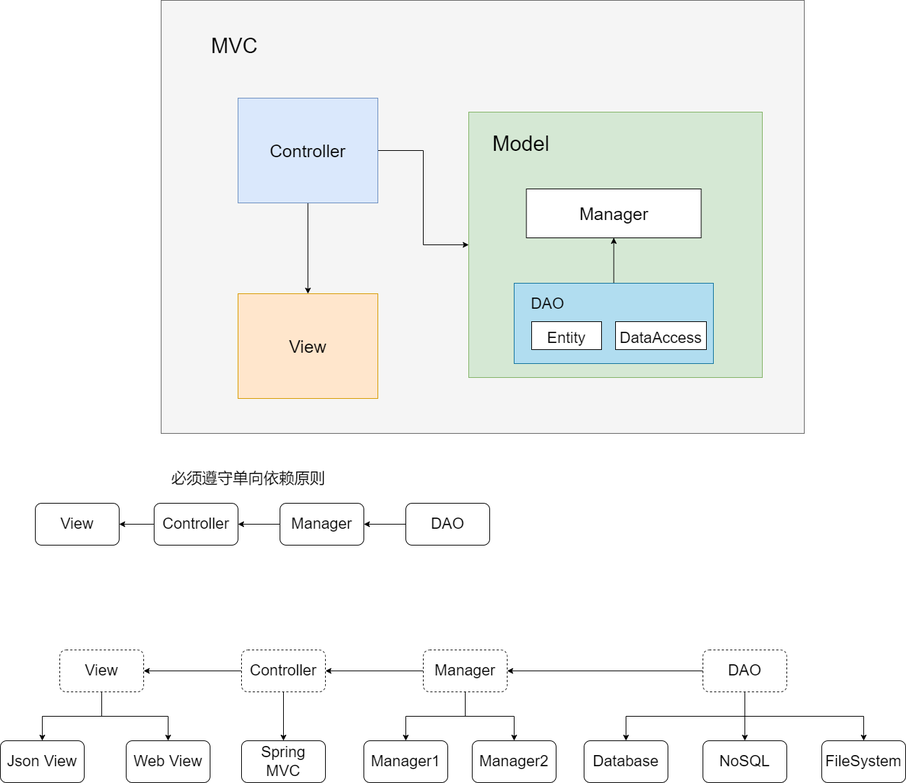
Earlier version of the draw.io export lingxi-taurus/lingxi-taurus-architecture-1,0.0.png (GitHeP/diagrams). Source tidied: cells renumbered, new cells last; positions are measured from the earlier drawing's top-left corner, leaving out a move shared by most shapes.
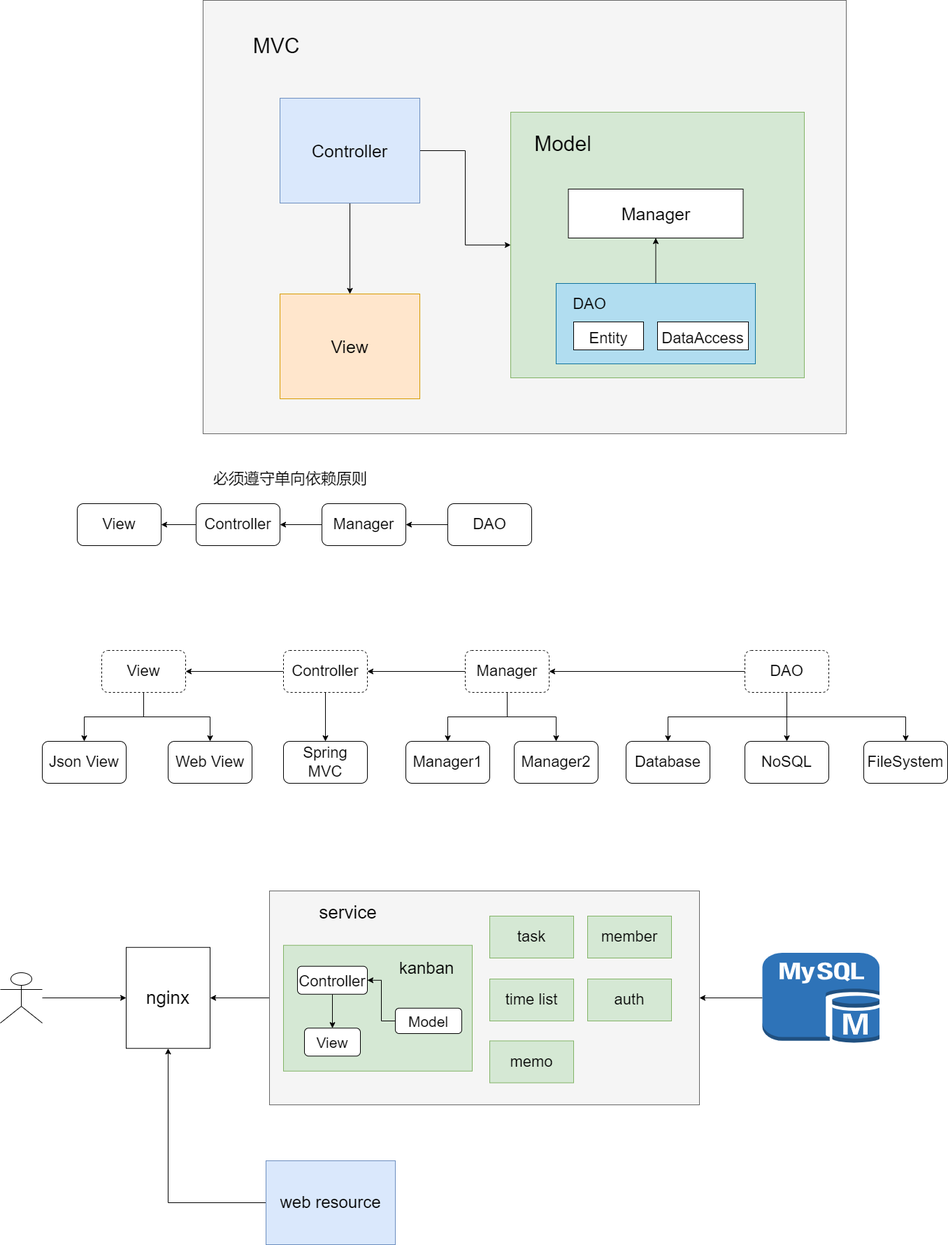
After the change.

What changed in the source:
```diff
@@ -137,5 +137,81 @@
     <mxCell id="46" value="Spring MVC" style="rounded=1;whiteSpace=wrap;html=1;fontSize=22;" parent="1" vertex="1">
       <mxGeometry x="345" y="1060" width="120" height="60" as="geometry" />
     </mxCell>
+    <mxCell id="47" style="edgeStyle=orthogonalEdgeStyle;rounded=0;jettySize=auto;html=1;entryX=1;entryY=0.5;entryDx=0;entryDy=0;fontSize=26;" parent="1" edge="1" source="48" target="58">
+      <mxGeometry relative="1" as="geometry" />
+    </mxCell>
+    <mxCell id="48" style="rounded=0;whiteSpace=wrap;html=1;fontSize=22;fillColor=#f5f5f5;fontColor=#333333;strokeColor=#666666;" parent="1" vertex="1">
+      <mxGeometry x="325" y="1274" width="615" height="306" as="geometry" />
+    </mxCell>
+    <mxCell id="49" style="rounded=0;whiteSpace=wrap;html=1;fontSize=22;fillColor=#d5e8d4;strokeColor=#82b366;" parent="1" vertex="1">
+      <mxGeometry x="345" y="1351.8" width="270" height="180" as="geometry" />
+    </mxCell>
+    <mxCell id="50" value="task" style="rounded=0;whiteSpace=wrap;html=1;fontSize=22;fillColor=#d5e8d4;strokeColor=#82b366;" parent="1" vertex="1">
+      <mxGeometry x="640" y="1310" width="120" height="60" as="geometry" />
+    </mxCell>
+    <mxCell id="51" value="time list" style="rounded=0;whiteSpace=wrap;html=1;fontSize=22;fillColor=#d5e8d4;strokeColor=#82b366;" parent="1" vertex="1">
+      <mxGeometry x="640" y="1400" width="120" height="60" as="geometry" />
+    </mxCell>
+    <mxCell id="52" value="memo" style="rounded=0;whiteSpace=wrap;html=1;fontSize=22;fillColor=#d5e8d4;strokeColor=#82b366;" parent="1" vertex="1">
+      <mxGeometry x="640" y="1488.5" width="120" height="60" as="geometry" />
+    </mxCell>
+    <mxCell id="53" value="member" style="rounded=0;whiteSpace=wrap;html=1;fontSize=22;fillColor=#d5e8d4;strokeColor=#82b366;" parent="1" vertex="1">
+      <mxGeometry x="780" y="1310" width="120" height="60" as="geometry" />
+    </mxCell>
+    <mxCell id="54" value="auth" style="rounded=0;whiteSpace=wrap;html=1;fontSize=22;fillColor=#d5e8d4;strokeColor=#82b366;" parent="1" vertex="1">
+      <mxGeometry x="780" y="1400" width="120" height="60" as="geometry" />
+    </mxCell>
+    <mxCell id="55" value="&lt;font style=&quot;font-size: 26px;&quot;&gt;service&lt;/font&gt;" style="text;html=1;strokeColor=none;fillColor=none;align=center;verticalAlign=middle;whiteSpace=wrap;rounded=0;fontSize=22;" parent="1" vertex="1">
+      <mxGeometry x="335" y="1280" width="205" height="50" as="geometry" />
+    </mxCell>
+    <mxCell id="56" style="edgeStyle=orthogonalEdgeStyle;rounded=0;jettySize=auto;html=1;entryX=1;entryY=0.5;entryDx=0;entryDy=0;fontSize=26;" parent="1" edge="1" source="57" target="48">
+      <mxGeometry relative="1" as="geometry" />
+    </mxCell>
+    <mxCell id="57" style="outlineConnect=0;dashed=0;verticalLabelPosition=bottom;verticalAlign=top;align=center;html=1;shape=mxgraph.aws3.mysql_db_instance;fillColor=#2E73B8;gradientColor=none;fontSize=26;" parent="1" vertex="1">
+      <mxGeometry x="1030" y="1362.5" width="167.5" height="129" as="geometry" />
+    </mxCell>
+    <mxCell id="58" value="nginx" style="rounded=0;whiteSpace=wrap;html=1;fontSize=26;" parent="1" vertex="1">
+      <mxGeometry x="120" y="1354.8" width="120" height="144.5" as="geometry" />
+    </mxCell>
+    <mxCell id="59" style="edgeStyle=orthogonalEdgeStyle;rounded=0;jettySize=auto;html=1;fontSize=25;" parent="1" edge="1" source="x">
+      <mxGeometry relative="1" as="geometry">
+        <mxPoint x="500" y="2000" as="targetPoint" />
+      </mxGeometry>
+    </mxCell>
+    <mxCell id="60" style="edgeStyle=orthogonalEdgeStyle;rounded=0;jettySize=auto;html=1;exitX=0.5;exitY=1;exitDx=0;exitDy=0;fontSize=25;" parent="1" edge="1" target="x">
+      <mxGeometry relative="1" as="geometry">
+        <mxPoint x="270" y="1940" as="sourcePoint" />
+      </mxGeometry>
+    </mxCell>
+    <mxCell id="61" style="edgeStyle=orthogonalEdgeStyle;rounded=0;jettySize=auto;html=1;exitX=0.5;exitY=1;exitDx=0;exitDy=0;fontSize=21;" parent="1" edge="1" source="62" target="65">
+      <mxGeometry relative="1" as="geometry" />
+    </mxCell>
+    <mxCell id="62" value="&lt;font style=&quot;font-size: 22px;&quot;&gt;Controller&lt;/font&gt;" style="rounded=1;whiteSpace=wrap;html=1;fontSize=26;" parent="1" vertex="1">
+      <mxGeometry x="365" y="1381.8" width="100" height="40" as="geometry" />
+    </mxCell>
+    <mxCell id="63" style="edgeStyle=orthogonalEdgeStyle;rounded=0;jettySize=auto;html=1;entryX=1;entryY=0.5;entryDx=0;entryDy=0;fontSize=21;" parent="1" edge="1" source="64" target="62">
+      <mxGeometry relative="1" as="geometry" />
+    </mxCell>
+    <mxCell id="64" value="&lt;font style=&quot;font-size: 21px;&quot;&gt;Model&lt;/font&gt;" style="rounded=1;whiteSpace=wrap;html=1;fontSize=26;" parent="1" vertex="1">
+      <mxGeometry x="505" y="1441.8" width="95" height="36.2" as="geometry" />
+    </mxCell>
+    <mxCell id="65" value="&lt;font style=&quot;font-size: 21px;&quot;&gt;View&lt;/font&gt;" style="rounded=1;whiteSpace=wrap;html=1;fontSize=26;" parent="1" vertex="1">
+      <mxGeometry x="375" y="1470.2" width="80" height="40" as="geometry" />
+    </mxCell>
+    <mxCell id="66" value="&lt;font style=&quot;font-size: 24px;&quot;&gt;kanban&lt;/font&gt;" style="text;html=1;strokeColor=none;fillColor=none;align=center;verticalAlign=middle;whiteSpace=wrap;rounded=0;fontSize=21;" parent="1" vertex="1">
+      <mxGeometry x="520" y="1370" width="60" height="30" as="geometry" />
+    </mxCell>
+    <mxCell id="67" style="edgeStyle=orthogonalEdgeStyle;rounded=0;jettySize=auto;html=1;entryX=0.5;entryY=1;entryDx=0;entryDy=0;fontSize=24;" parent="1" edge="1" source="68" target="58">
+      <mxGeometry relative="1" as="geometry" />
+    </mxCell>
+    <mxCell id="68" value="web resource" style="rounded=0;whiteSpace=wrap;html=1;fontSize=24;fillColor=#dae8fc;strokeColor=#6c8ebf;" parent="1" vertex="1">
+      <mxGeometry x="320" y="1660" width="185" height="120" as="geometry" />
+    </mxCell>
+    <mxCell id="69" style="edgeStyle=orthogonalEdgeStyle;rounded=0;jettySize=auto;html=1;entryX=0;entryY=0.5;entryDx=0;entryDy=0;fontSize=24;" parent="1" edge="1" source="70" target="58">
+      <mxGeometry relative="1" as="geometry" />
+    </mxCell>
+    <mxCell id="70" style="shape=umlActor;verticalLabelPosition=bottom;verticalAlign=top;html=1;outlineConnect=0;fontSize=24;" parent="1" vertex="1">
+      <mxGeometry x="-60" y="1391" width="60" height="72" as="geometry" />
+    </mxCell>
   </root>
 </mxGraphModel>
```
